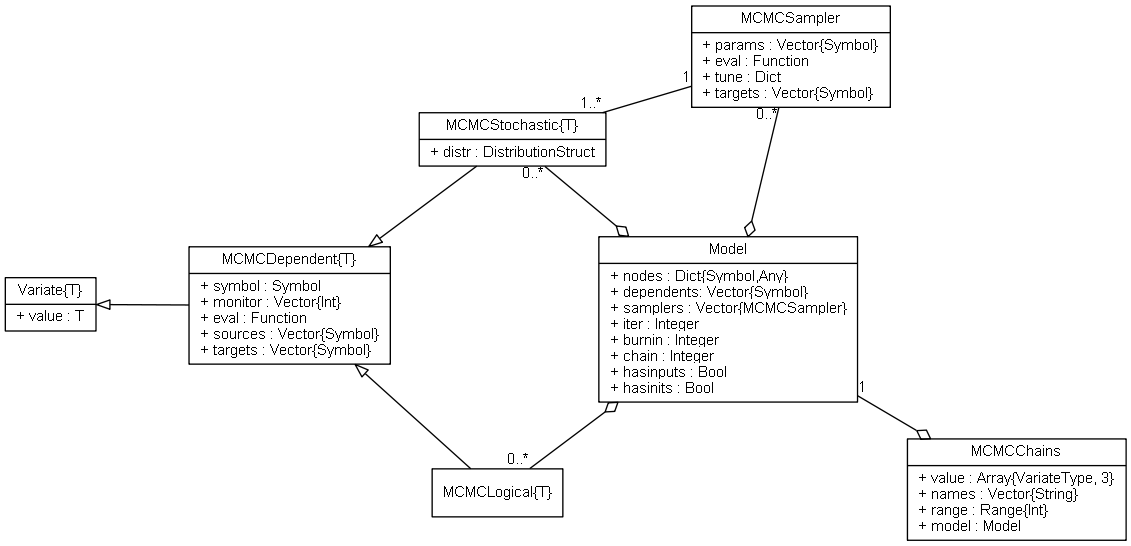
Before: doc/images/mcmcUML.png, a diagram exported from Graphviz (brian-j-smith/Mamba.jl). Its source is kept beside it as doc/images/mcmcUML.dot.
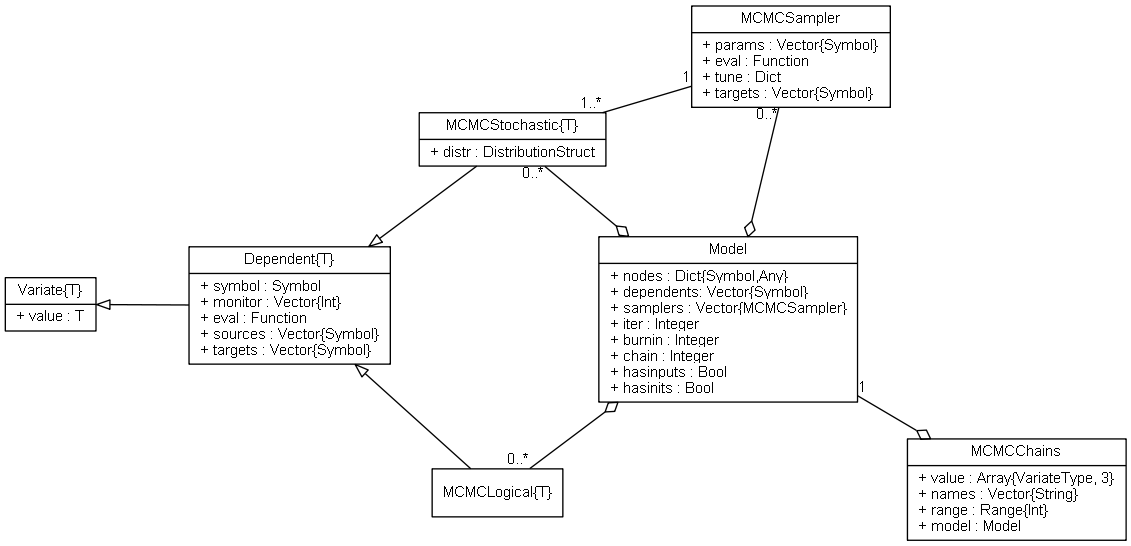
The same file after the commit.

Commit message:
Rename MCMCDependent type to Dependent.

Diff of the diagram source:
```diff
@@ -10,7 +10,7 @@
 
 	Variate [label = "{Variate\{T\}|+ value : T\l}"]
 
-	MCMCDependent [label = "{MCMCDependent\{T\}|+ symbol : Symbol\l+ monitor : Vector\{Int\}\l+ eval : Function\l+ sources : Vector\{Symbol\}\l+ targets : Vector\{Symbol\}\l}"]
+	Dependent [label = "{Dependent\{T\}|+ symbol : Symbol\l+ monitor : Vector\{Int\}\l+ eval : Function\l+ sources : Vector\{Symbol\}\l+ targets : Vector\{Symbol\}\l}"]
 
 	MCMCLogical [label = "{MCMCLogical\{T\}}"]
 
@@ -22,9 +22,9 @@
 
 	MCMCChains [label = "{MCMCChains|+ value : Array\{VariateType, 3\}\l+ names : Vector\{String\}\l+ range : Range\{Int\}\l+ model : Model\l}"]
 
-	MCMCDependent -- Variate[len = 0.9, arrowhead = empty]
-	MCMCLogical -- MCMCDependent[arrowhead = empty]
-	MCMCStochastic -- MCMCDependent[arrowhead = empty]
+	Dependent -- Variate[len = 0.9, arrowhead = empty]
+	MCMCLogical -- Dependent[arrowhead = empty]
+	MCMCStochastic -- Dependent[arrowhead = empty]
 	MCMCSampler -- MCMCStochastic[len = 1.2, taillabel = "1", headlabel = "1..*"]
 	Model -- MCMCSampler[arrowtail = odiamond, headlabel = "0..*"]
 	Model -- MCMCLogical[arrowtail = odiamond, headlabel = "0..*"]
```
